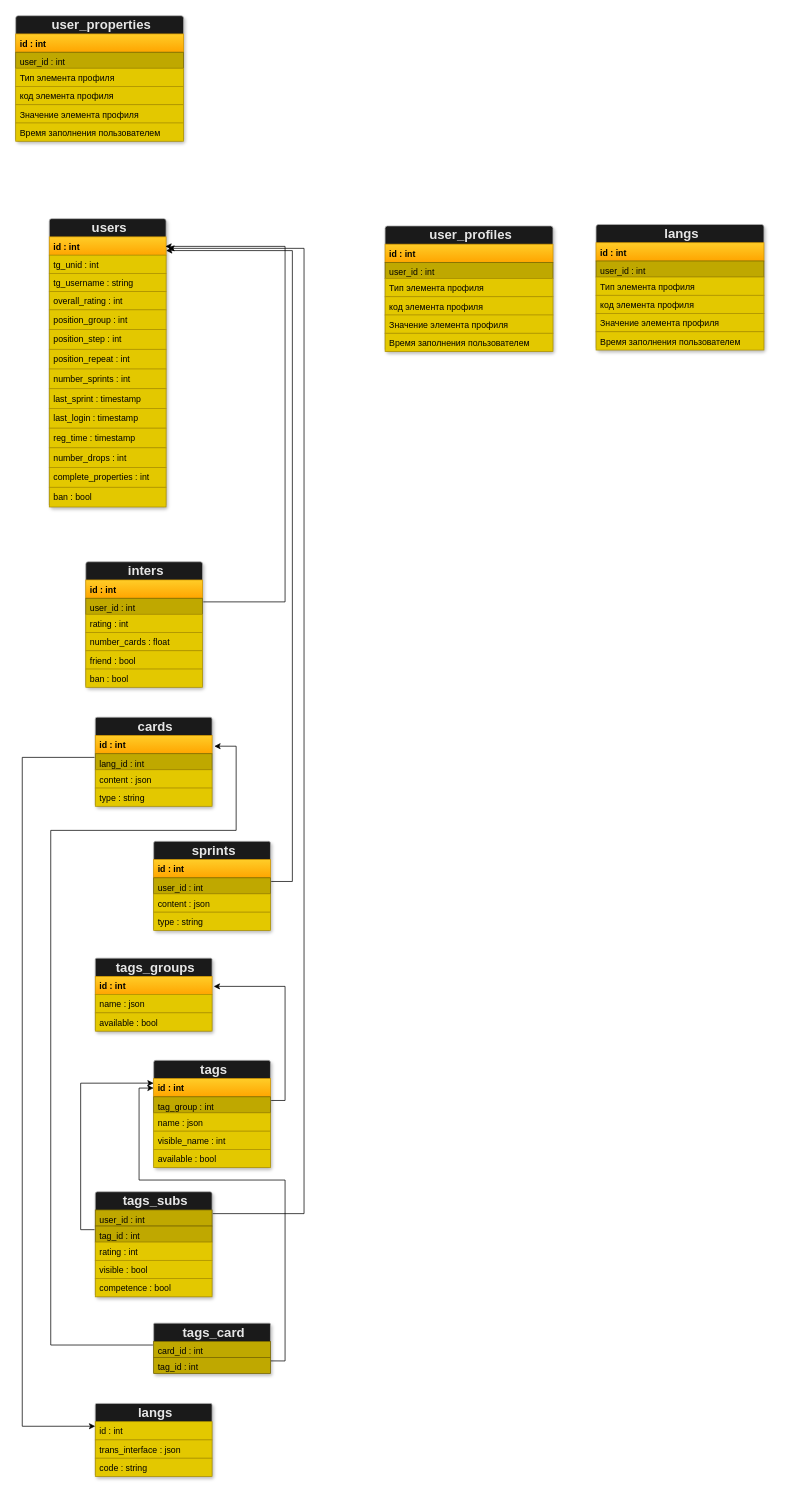
The draw.io diagram page "Page-1" (1 of 2) of README-files/map.drawio in Ulver56/coresh, before the edit. Source tidied: cells renumbered, new cells numbered last; positions are measured from the earlier drawing's top-left corner, leaving out a move shared by most shapes. Both pictures are drawn from the tidied source at 73%, with x=0, y=0 at pixel (15, 15).
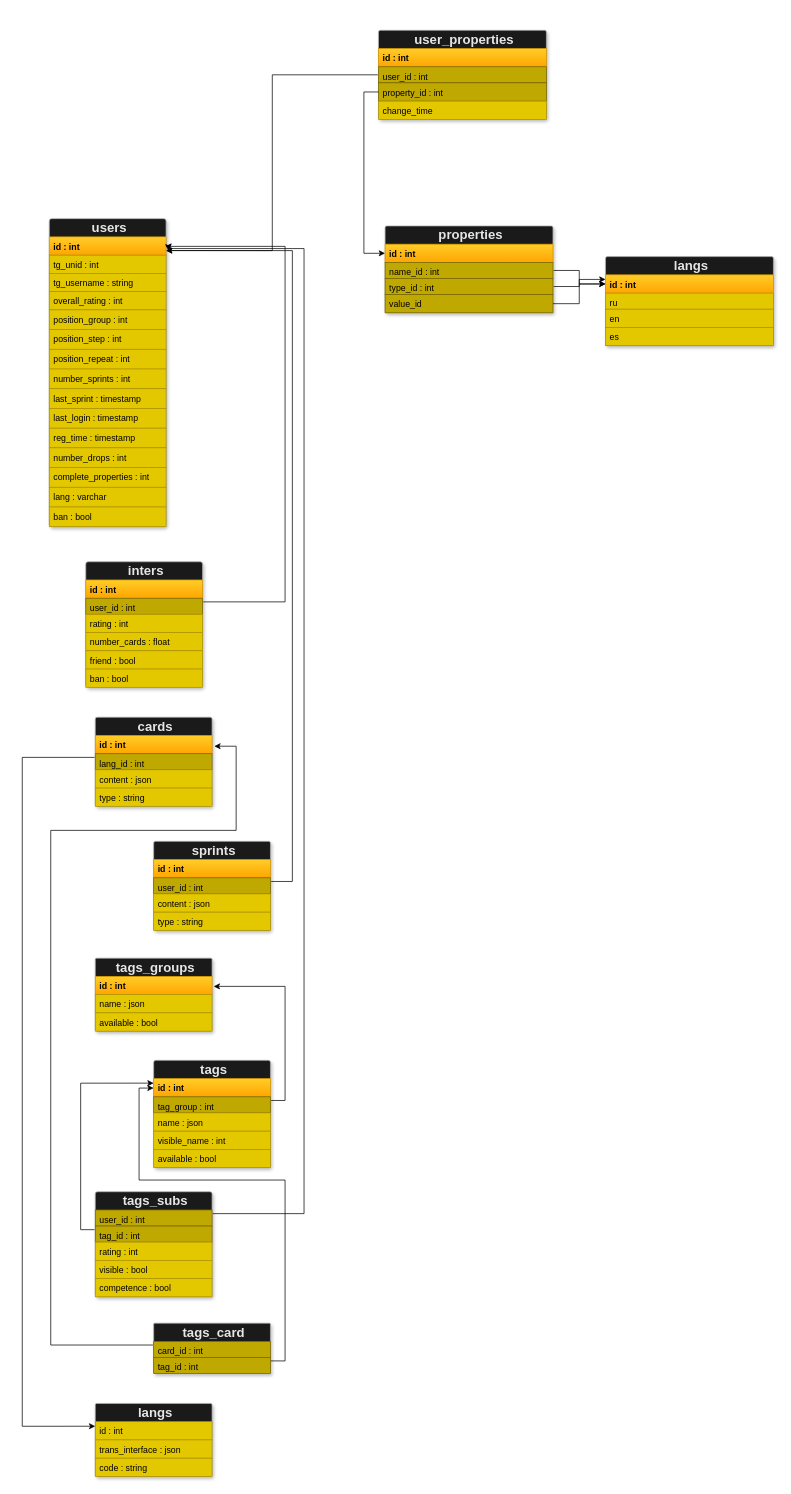
The same diagram, later.

The change refers to these unchanged cells:
```xml
<mxCell id="4" value="&lt;b&gt;id : int&lt;/b&gt;" style="html=1;align=left;spacingLeft=4;verticalAlign=top;strokeColor=#d79b00;fillColor=#ffcd28;gradientColor=#ffa500;fontColor=#000000;" parent="2" vertex="1">
  <mxGeometry y="25" width="160" height="25" as="geometry" />
</mxCell>
<mxCell id="77" value="user_id : int" style="html=1;align=left;spacingLeft=4;verticalAlign=top;fontColor=#000000;strokeWidth=1;strokeColor=#7A6800;perimeterSpacing=1;fillColor=#BFA800;" parent="74" vertex="1">
  <mxGeometry y="50" width="230" height="22" as="geometry" />
</mxCell>
<mxCell id="84" value="&lt;b&gt;id : int&lt;/b&gt;" style="html=1;align=left;spacingLeft=4;verticalAlign=top;strokeColor=#d79b00;fillColor=#ffcd28;gradientColor=#ffa500;fontColor=#000000;" parent="82" vertex="1">
  <mxGeometry y="25" width="230" height="25" as="geometry" />
</mxCell>
<mxCell id="92" value="&lt;b&gt;id : int&lt;/b&gt;" style="html=1;align=left;spacingLeft=4;verticalAlign=top;strokeColor=#d79b00;fillColor=#ffcd28;gradientColor=#ffa500;fontColor=#000000;" parent="90" vertex="1">
  <mxGeometry y="25" width="230" height="25" as="geometry" />
</mxCell>
```

Change to the diagram source:
```diff
@@
     <mxCell id="2" style="fontStyle=1;align=center;verticalAlign=top;horizontal=1;fontColor=#ffffff;shadow=1;rounded=1;arcSize=2;strokeWidth=1;sketch=0;fillColor=#1A1A1A;strokeColor=#B3B3B3;" parent="1" vertex="1">
-      <mxGeometry x="46" y="278" width="160" height="395" as="geometry" />
+      <mxGeometry x="46" y="278" width="160" height="422" as="geometry" />
     </mxCell>
@@
+    <mxCell id="98" value="lang : varchar" style="html=1;align=left;spacingLeft=4;verticalAlign=top;strokeColor=#B09500;fillColor=#e3c800;fontColor=#000000;rounded=0;" parent="2" vertex="1">
+      <mxGeometry y="368" width="160" height="27" as="geometry" />
+    </mxCell>
     <mxCell id="17" value="ban : bool" style="html=1;align=left;spacingLeft=4;verticalAlign=top;strokeColor=#B09500;fillColor=#e3c800;fontColor=#000000;rounded=0;arcSize=18;" parent="2" vertex="1">
-      <mxGeometry y="368" width="160" height="27" as="geometry" />
+      <mxGeometry y="395" width="160" height="27" as="geometry" />
     </mxCell>
@@
     <mxCell id="74" style="fontStyle=1;align=center;verticalAlign=top;horizontal=1;fontColor=#ffffff;shadow=1;rounded=1;arcSize=2;strokeWidth=1;sketch=0;fillColor=#1A1A1A;strokeColor=#B3B3B3;" parent="1" vertex="1">
-      <mxGeometry width="230" height="172" as="geometry" />
+      <mxGeometry x="497" y="20" width="230" height="122" as="geometry" />
     </mxCell>
@@
-    <mxCell id="78" value="Тип элемента профиля" style="html=1;align=left;spacingLeft=4;verticalAlign=top;strokeColor=#B09500;fillColor=#e3c800;fontFamily=Helvetica;fontStyle=0;fontColor=#000000;" parent="74" vertex="1">
-      <mxGeometry y="72" width="230" height="25" as="geometry" />
-    </mxCell>
-    <mxCell id="79" value="код элемента профиля" style="html=1;align=left;spacingLeft=4;verticalAlign=top;strokeColor=#B09500;fillColor=#e3c800;fontColor=#000000;" parent="74" vertex="1">
-      <mxGeometry y="97" width="230" height="25" as="geometry" />
+    <mxCell id="79" value="property_id : int" style="html=1;align=left;spacingLeft=4;verticalAlign=top;strokeColor=#7A6800;fillColor=#BFA800;fontColor=#000000;strokeWidth=1;" parent="74" vertex="1">
+      <mxGeometry y="72" width="230" height="25" as="geometry" />
     </mxCell>
-    <mxCell id="80" value="Значение элемента профиля" style="html=1;align=left;spacingLeft=4;verticalAlign=top;strokeColor=#B09500;fillColor=#e3c800;fontColor=#000000;" parent="74" vertex="1">
-      <mxGeometry y="122" width="230" height="25" as="geometry" />
-    </mxCell>
-    <mxCell id="81" value="Время заполнения пользователем" style="html=1;align=left;spacingLeft=4;verticalAlign=top;strokeColor=#B09500;fillColor=#e3c800;fontColor=#000000;rounded=0;" parent="74" vertex="1">
-      <mxGeometry y="147" width="230" height="25" as="geometry" />
+    <mxCell id="81" value="change_time" style="html=1;align=left;spacingLeft=4;verticalAlign=top;strokeColor=#B09500;fillColor=#e3c800;fontColor=#000000;rounded=0;" parent="74" vertex="1">
+      <mxGeometry y="97" width="230" height="25" as="geometry" />
     </mxCell>
     <mxCell id="82" style="fontStyle=1;align=center;verticalAlign=top;horizontal=1;fontColor=#ffffff;shadow=1;rounded=1;arcSize=2;strokeWidth=1;sketch=0;fillColor=#1A1A1A;strokeColor=#B3B3B3;" parent="1" vertex="1">
-      <mxGeometry x="506" y="288" width="230" height="172" as="geometry" />
+      <mxGeometry x="506" y="288" width="230" height="119" as="geometry" />
     </mxCell>
-    <mxCell id="83" value="&lt;b&gt;&lt;font style=&quot;font-size: 18px&quot; color=&quot;#e6e6e6&quot;&gt;user_profiles&lt;/font&gt;&lt;/b&gt;" style="html=1;align=center;spacingLeft=4;verticalAlign=middle;strokeColor=none;fillColor=none;" parent="82" vertex="1">
+    <mxCell id="83" value="&lt;b&gt;&lt;font color=&quot;#e6e6e6&quot; style=&quot;font-size: 18px&quot;&gt;properties&lt;/font&gt;&lt;/b&gt;" style="html=1;align=center;spacingLeft=4;verticalAlign=middle;strokeColor=none;fillColor=none;" parent="82" vertex="1">
       <mxGeometry width="230" height="25" as="geometry" />
     </mxCell>
@@
-    <mxCell id="85" value="user_id : int" style="html=1;align=left;spacingLeft=4;verticalAlign=top;fontColor=#000000;strokeWidth=1;strokeColor=#7A6800;perimeterSpacing=1;fillColor=#BFA800;" parent="82" vertex="1">
-      <mxGeometry y="50" width="230" height="22" as="geometry" />
-    </mxCell>
-    <mxCell id="86" value="Тип элемента профиля" style="html=1;align=left;spacingLeft=4;verticalAlign=top;strokeColor=#B09500;fillColor=#e3c800;fontFamily=Helvetica;fontStyle=0;fontColor=#000000;" parent="82" vertex="1">
-      <mxGeometry y="72" width="230" height="25" as="geometry" />
-    </mxCell>
-    <mxCell id="87" value="код элемента профиля" style="html=1;align=left;spacingLeft=4;verticalAlign=top;strokeColor=#B09500;fillColor=#e3c800;fontColor=#000000;" parent="82" vertex="1">
-      <mxGeometry y="97" width="230" height="25" as="geometry" />
-    </mxCell>
+    <mxCell id="99" value="name_id : int" style="html=1;align=left;spacingLeft=4;verticalAlign=top;fontColor=#000000;strokeWidth=1;strokeColor=#7A6800;perimeterSpacing=1;fillColor=#BFA800;" parent="82" vertex="1">
+      <mxGeometry y="50" width="230" height="22" as="geometry" />
+    </mxCell>
+    <mxCell id="100" value="type_id : int" style="html=1;align=left;spacingLeft=4;verticalAlign=top;fontColor=#000000;strokeWidth=1;strokeColor=#7A6800;perimeterSpacing=1;fillColor=#BFA800;" parent="82" vertex="1">
+      <mxGeometry y="72" width="230" height="22" as="geometry" />
+    </mxCell>
-    <mxCell id="88" value="Значение элемента профиля" style="html=1;align=left;spacingLeft=4;verticalAlign=top;strokeColor=#B09500;fillColor=#e3c800;fontColor=#000000;" parent="82" vertex="1">
-      <mxGeometry y="122" width="230" height="25" as="geometry" />
+    <mxCell id="88" value="value_id" style="html=1;align=left;spacingLeft=4;verticalAlign=top;strokeColor=#7A6800;fillColor=#BFA800;fontColor=#000000;strokeWidth=1;" parent="82" vertex="1">
+      <mxGeometry y="94" width="230" height="25" as="geometry" />
     </mxCell>
-    <mxCell id="89" value="Время заполнения пользователем" style="html=1;align=left;spacingLeft=4;verticalAlign=top;strokeColor=#B09500;fillColor=#e3c800;fontColor=#000000;rounded=0;" parent="82" vertex="1">
-      <mxGeometry y="147" width="230" height="25" as="geometry" />
-    </mxCell>
     <mxCell id="90" style="fontStyle=1;align=center;verticalAlign=top;horizontal=1;fontColor=#ffffff;shadow=1;rounded=1;arcSize=2;strokeWidth=1;sketch=0;fillColor=#1A1A1A;strokeColor=#B3B3B3;" parent="1" vertex="1">
-      <mxGeometry x="795" y="286" width="230" height="172" as="geometry" />
+      <mxGeometry x="808" y="330" width="230" height="122" as="geometry" />
     </mxCell>
@@
-    <mxCell id="93" value="user_id : int" style="html=1;align=left;spacingLeft=4;verticalAlign=top;fontColor=#000000;strokeWidth=1;strokeColor=#7A6800;perimeterSpacing=1;fillColor=#BFA800;" parent="90" vertex="1">
+    <mxCell id="93" value="ru" style="html=1;align=left;spacingLeft=4;verticalAlign=top;fontColor=#000000;strokeColor=#B09500;perimeterSpacing=1;fillColor=#e3c800;fontStyle=0;" parent="90" vertex="1">
       <mxGeometry y="50" width="230" height="22" as="geometry" />
     </mxCell>
-    <mxCell id="94" value="Тип элемента профиля" style="html=1;align=left;spacingLeft=4;verticalAlign=top;strokeColor=#B09500;fillColor=#e3c800;fontFamily=Helvetica;fontStyle=0;fontColor=#000000;" parent="90" vertex="1">
+    <mxCell id="94" value="en" style="html=1;align=left;spacingLeft=4;verticalAlign=top;strokeColor=#B09500;fillColor=#e3c800;fontFamily=Helvetica;fontStyle=0;fontColor=#000000;" parent="90" vertex="1">
       <mxGeometry y="72" width="230" height="25" as="geometry" />
     </mxCell>
-    <mxCell id="95" value="код элемента профиля" style="html=1;align=left;spacingLeft=4;verticalAlign=top;strokeColor=#B09500;fillColor=#e3c800;fontColor=#000000;" parent="90" vertex="1">
+    <mxCell id="95" value="es" style="html=1;align=left;spacingLeft=4;verticalAlign=top;strokeColor=#B09500;fillColor=#e3c800;fontColor=#000000;" parent="90" vertex="1">
       <mxGeometry y="97" width="230" height="25" as="geometry" />
     </mxCell>
-    <mxCell id="96" value="Значение элемента профиля" style="html=1;align=left;spacingLeft=4;verticalAlign=top;strokeColor=#B09500;fillColor=#e3c800;fontColor=#000000;" parent="90" vertex="1">
-      <mxGeometry y="122" width="230" height="25" as="geometry" />
-    </mxCell>
-    <mxCell id="97" value="Время заполнения пользователем" style="html=1;align=left;spacingLeft=4;verticalAlign=top;strokeColor=#B09500;fillColor=#e3c800;fontColor=#000000;rounded=0;" parent="90" vertex="1">
-      <mxGeometry y="147" width="230" height="25" as="geometry" />
-    </mxCell>
+    <mxCell id="101" style="edgeStyle=orthogonalEdgeStyle;rounded=0;jettySize=auto;html=1;entryX=0;entryY=0.5;entryDx=0;entryDy=0;" parent="1" edge="1" source="99" target="92">
+      <mxGeometry relative="1" as="geometry" />
+    </mxCell>
+    <mxCell id="102" style="edgeStyle=orthogonalEdgeStyle;rounded=0;jettySize=auto;html=1;entryX=1;entryY=0.75;entryDx=0;entryDy=0;" parent="1" edge="1" source="77" target="4">
+      <mxGeometry relative="1" as="geometry" />
+    </mxCell>
+    <mxCell id="103" style="edgeStyle=orthogonalEdgeStyle;rounded=0;jettySize=auto;html=1;exitX=0;exitY=0.5;exitDx=0;exitDy=0;entryX=0;entryY=0.5;entryDx=0;entryDy=0;" parent="1" edge="1" source="79" target="84">
+      <mxGeometry relative="1" as="geometry" />
+    </mxCell>
+    <mxCell id="104" style="edgeStyle=orthogonalEdgeStyle;rounded=0;jettySize=auto;html=1;entryX=0;entryY=0.25;entryDx=0;entryDy=0;" parent="1" edge="1" source="100" target="92">
+      <mxGeometry relative="1" as="geometry" />
+    </mxCell>
+    <mxCell id="105" style="edgeStyle=orthogonalEdgeStyle;rounded=0;jettySize=auto;html=1;exitX=1;exitY=0.5;exitDx=0;exitDy=0;entryX=0;entryY=0.5;entryDx=0;entryDy=0;" parent="1" edge="1" source="88" target="92">
+      <mxGeometry relative="1" as="geometry" />
+    </mxCell>
```
